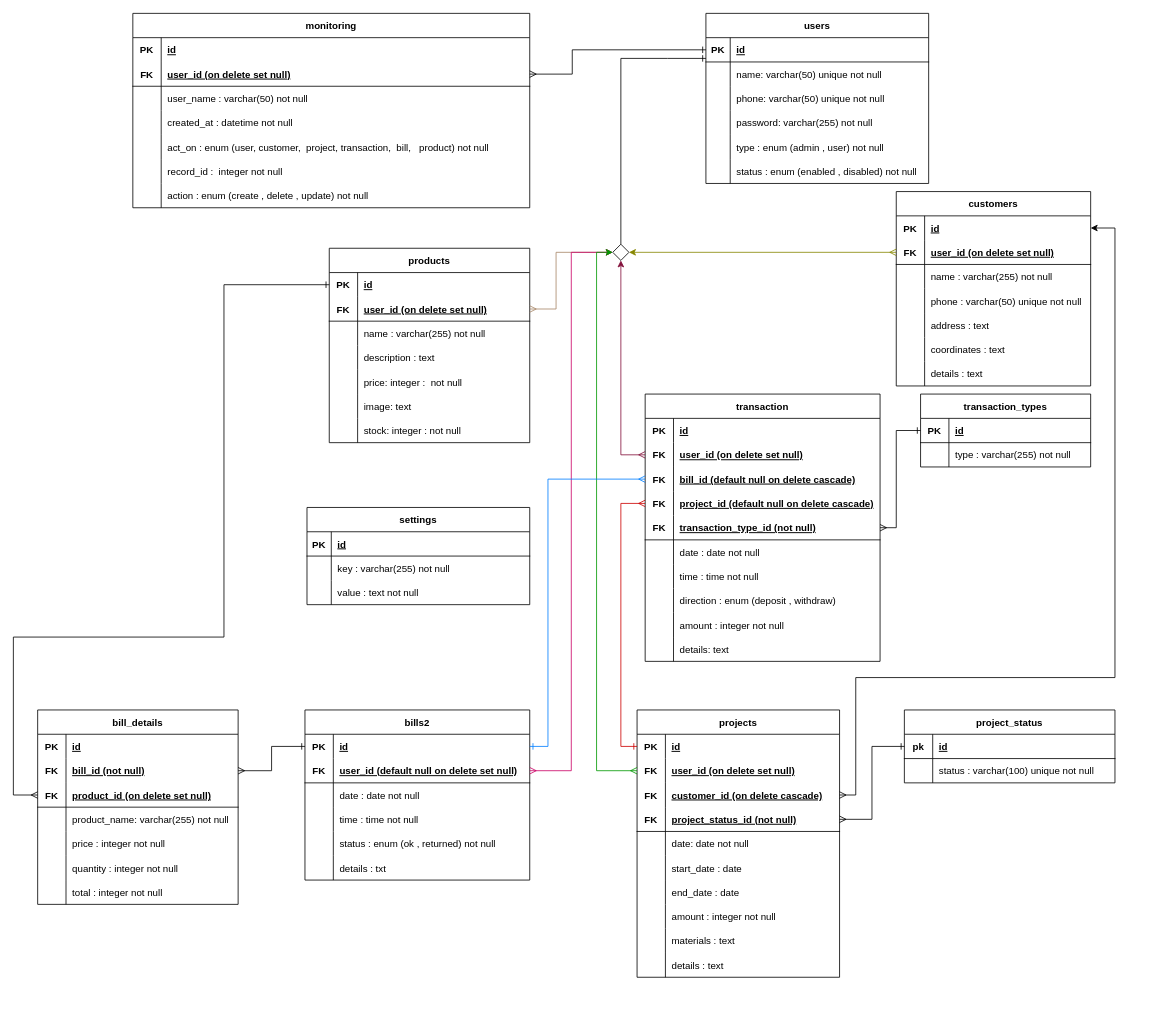
Above: page "Schema" (2 of 2) of Diagrams/drawio/ModernHouse.drawio in khaledfathi/ModernHouse (draw.io), before the change. Source tidied: cells renumbered, new cells numbered last; positions are measured from the earlier drawing's top-left corner, leaving out a move shared by most shapes. Both pictures are drawn from the tidied source at 81%, with x=0, y=0 at pixel (13, 13).
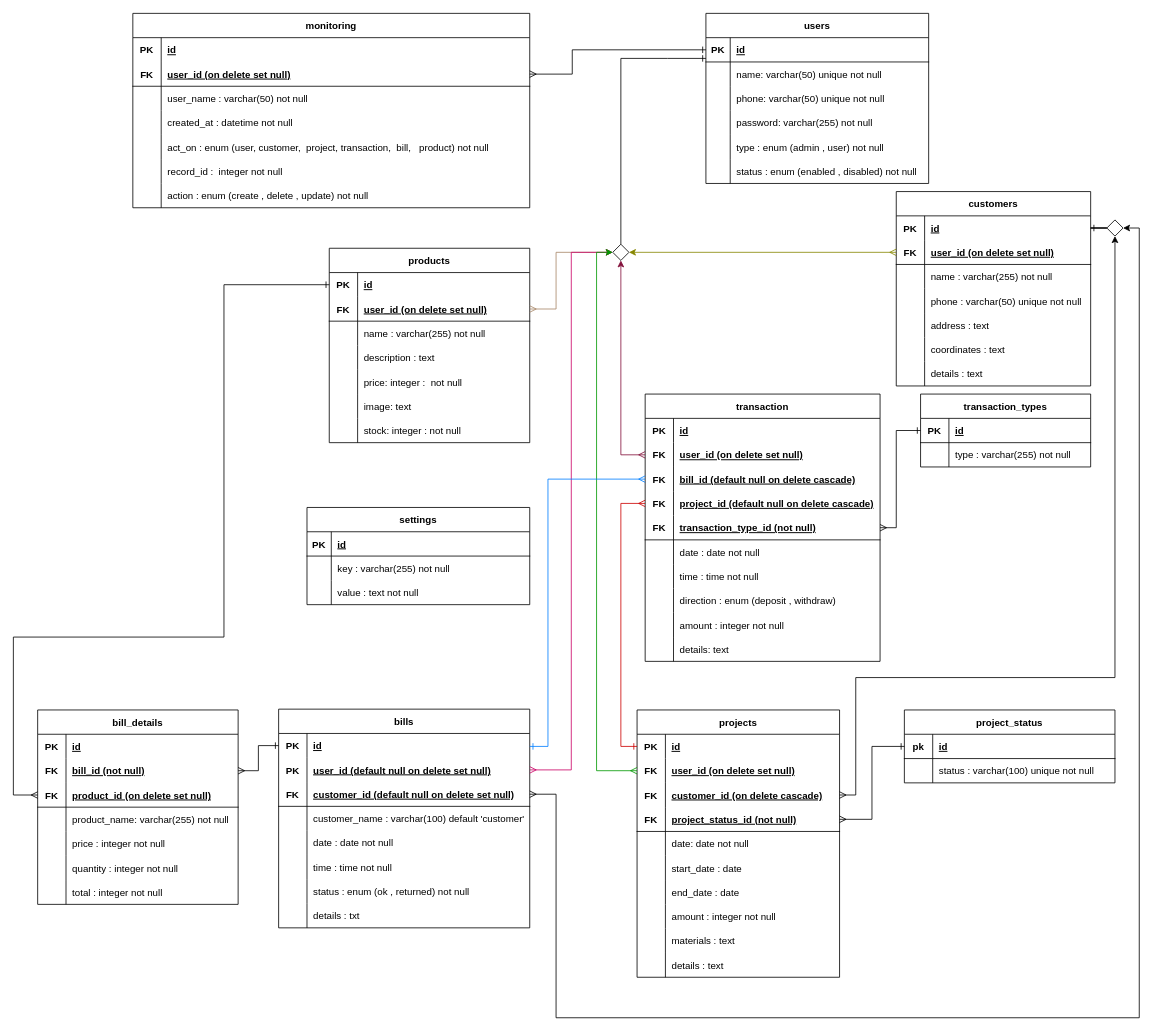
The same page after the edit.

The change refers to these unchanged cells:
```xml
<mxCell id="120" style="shape=tableRow;horizontal=0;startSize=0;swimlaneHead=0;swimlaneBody=0;fillColor=none;points=[[0,0.5],[1,0.5]];portConstraint=eastwest;top=0;left=0;right=0;bottom=0;" parent="113" vertex="1">
  <mxGeometry y="90" width="250" height="30" as="geometry" />
</mxCell>
<mxCell id="152" style="shape=tableRow;horizontal=0;startSize=0;swimlaneHead=0;swimlaneBody=0;fillColor=none;points=[[0,0.5],[1,0.5]];portConstraint=eastwest;top=0;left=0;right=0;bottom=0;" parent="151" vertex="1">
  <mxGeometry y="30" width="240" height="30" as="geometry" />
</mxCell>
<mxCell id="215" style="rhombus;whiteSpace=wrap;html=1;" parent="1" vertex="1">
  <mxGeometry x="740" y="285" width="20" height="20" as="geometry" />
</mxCell>
```

What changed in the source:
```diff
@@
-    <mxCell id="40" value="bills2" style="shape=table;startSize=30;childLayout=tableLayout;rowLines=0;fontStyle=1;align=center;" parent="1" vertex="1">
-      <mxGeometry x="360" y="860" width="277.5" height="210" as="geometry" />
+    <mxCell id="40" value="bills" style="shape=table;startSize=30;childLayout=tableLayout;rowLines=0;fontStyle=1;align=center;" parent="1" vertex="1">
+      <mxGeometry x="327.5" y="859" width="310" height="270" as="geometry" />
     </mxCell>
     <mxCell id="41" style="shape=tableRow;horizontal=0;startSize=0;swimlaneHead=0;swimlaneBody=0;fillColor=none;points=[[0,0.5],[1,0.5]];portConstraint=eastwest;top=0;left=0;right=0;bottom=0;" parent="40" vertex="1">
-      <mxGeometry y="30" width="277.5" height="30" as="geometry" />
+      <mxGeometry y="30" width="310" height="30" as="geometry" />
     </mxCell>
@@
     <mxCell id="43" value="id" style="shape=partialRectangle;fillColor=none;top=0;left=0;bottom=0;right=0;align=left;spacingLeft=6;fontStyle=5;overflow=hidden;" parent="41" vertex="1">
-      <mxGeometry x="35" width="242.5" height="30" as="geometry" />
+      <mxGeometry x="35" width="275" height="30" as="geometry" />
     </mxCell>
+    <mxCell id="229" style="shape=tableRow;horizontal=0;startSize=0;swimlaneHead=0;swimlaneBody=0;fillColor=none;points=[[0,0.5],[1,0.5]];portConstraint=eastwest;top=0;left=0;right=0;bottom=0;" parent="40" vertex="1">
+      <mxGeometry y="60" width="310" height="30" as="geometry" />
+    </mxCell>
+    <mxCell id="230" value="PK" style="shape=partialRectangle;fillColor=none;top=0;left=0;bottom=0;right=0;fontStyle=1;overflow=hidden;" parent="229" vertex="1">
+      <mxGeometry width="35" height="30" as="geometry" />
+    </mxCell>
+    <mxCell id="231" value="user_id (default null on delete set null)" style="shape=partialRectangle;fillColor=none;top=0;left=0;bottom=0;right=0;align=left;spacingLeft=6;fontStyle=5;overflow=hidden;" parent="229" vertex="1">
+      <mxGeometry x="35" width="275" height="30" as="geometry" />
+    </mxCell>
     <mxCell id="44" style="shape=tableRow;horizontal=0;startSize=0;swimlaneHead=0;swimlaneBody=0;fillColor=none;points=[[0,0.5],[1,0.5]];portConstraint=eastwest;top=0;left=0;right=0;bottom=1;" parent="40" vertex="1">
-      <mxGeometry y="60" width="277.5" height="30" as="geometry" />
+      <mxGeometry y="90" width="310" height="30" as="geometry" />
     </mxCell>
@@
-    <mxCell id="46" value="user_id (default null on delete set null)" style="shape=partialRectangle;fillColor=none;top=0;left=0;bottom=0;right=0;align=left;spacingLeft=6;fontStyle=5;overflow=hidden;" parent="44" vertex="1">
-      <mxGeometry x="35" width="242.5" height="30" as="geometry" />
+    <mxCell id="46" value="customer_id (default null on delete set null)" style="shape=partialRectangle;fillColor=none;top=0;left=0;bottom=0;right=0;align=left;spacingLeft=6;fontStyle=5;overflow=hidden;" parent="44" vertex="1">
+      <mxGeometry x="35" width="275" height="30" as="geometry" />
     </mxCell>
     <mxCell id="47" style="shape=tableRow;horizontal=0;startSize=0;swimlaneHead=0;swimlaneBody=0;fillColor=none;top=0;left=0;right=0;bottom=0;" parent="40" vertex="1">
-      <mxGeometry y="90" width="277.5" height="30" as="geometry" />
+      <mxGeometry y="120" width="310" height="30" as="geometry" />
     </mxCell>
@@
-    <mxCell id="49" value="date : date not null" style="shape=partialRectangle;fillColor=none;top=0;left=0;bottom=0;right=0;align=left;spacingLeft=6;overflow=hidden;" parent="47" vertex="1">
-      <mxGeometry x="35" width="242.5" height="30" as="geometry" />
+    <mxCell id="49" value="customer_name : varchar(100) default 'customer'" style="shape=partialRectangle;fillColor=none;top=0;left=0;bottom=0;right=0;align=left;spacingLeft=6;overflow=hidden;" parent="47" vertex="1">
+      <mxGeometry x="35" width="275" height="30" as="geometry" />
     </mxCell>
+    <mxCell id="232" style="shape=tableRow;horizontal=0;startSize=0;swimlaneHead=0;swimlaneBody=0;fillColor=none;top=0;left=0;right=0;bottom=0;" parent="40" vertex="1">
+      <mxGeometry y="150" width="310" height="30" as="geometry" />
+    </mxCell>
+    <mxCell id="233" style="shape=partialRectangle;fillColor=none;top=0;left=0;bottom=0;right=0;overflow=hidden;" parent="232" vertex="1">
+      <mxGeometry width="35" height="30" as="geometry" />
+    </mxCell>
+    <mxCell id="234" value="date : date not null" style="shape=partialRectangle;fillColor=none;top=0;left=0;bottom=0;right=0;align=left;spacingLeft=6;overflow=hidden;" parent="232" vertex="1">
+      <mxGeometry x="35" width="275" height="30" as="geometry" />
+    </mxCell>
     <mxCell id="50" style="shape=tableRow;horizontal=0;startSize=0;swimlaneHead=0;swimlaneBody=0;fillColor=none;top=0;left=0;right=0;bottom=0;" parent="40" vertex="1">
-      <mxGeometry y="120" width="277.5" height="30" as="geometry" />
+      <mxGeometry y="180" width="310" height="30" as="geometry" />
     </mxCell>
@@
     <mxCell id="52" value="time : time not null" style="shape=partialRectangle;fillColor=none;top=0;left=0;bottom=0;right=0;align=left;spacingLeft=6;overflow=hidden;" parent="50" vertex="1">
-      <mxGeometry x="35" width="242.5" height="30" as="geometry" />
+      <mxGeometry x="35" width="275" height="30" as="geometry" />
     </mxCell>
     <mxCell id="53" style="shape=tableRow;horizontal=0;startSize=0;swimlaneHead=0;swimlaneBody=0;fillColor=none;top=0;left=0;right=0;bottom=0;" parent="40" vertex="1">
-      <mxGeometry y="150" width="277.5" height="30" as="geometry" />
+      <mxGeometry y="210" width="310" height="30" as="geometry" />
     </mxCell>
@@
     <mxCell id="55" value="status : enum (ok , returned) not null" style="shape=partialRectangle;fillColor=none;top=0;left=0;bottom=0;right=0;align=left;spacingLeft=6;overflow=hidden;" parent="53" vertex="1">
-      <mxGeometry x="35" width="242.5" height="30" as="geometry" />
+      <mxGeometry x="35" width="275" height="30" as="geometry" />
     </mxCell>
     <mxCell id="56" style="shape=tableRow;horizontal=0;startSize=0;swimlaneHead=0;swimlaneBody=0;fillColor=none;top=0;left=0;right=0;bottom=0;" parent="40" vertex="1">
-      <mxGeometry y="180" width="277.5" height="30" as="geometry" />
+      <mxGeometry y="240" width="310" height="30" as="geometry" />
     </mxCell>
@@
     <mxCell id="58" value="details : txt" style="shape=partialRectangle;fillColor=none;top=0;left=0;bottom=0;right=0;align=left;spacingLeft=6;overflow=hidden;" parent="56" vertex="1">
-      <mxGeometry x="35" width="242.5" height="30" as="geometry" />
+      <mxGeometry x="35" width="275" height="30" as="geometry" />
     </mxCell>
@@
-    <mxCell id="219" style="edgeStyle=orthogonalEdgeStyle;rounded=0;jettySize=auto;html=1;startArrow=ERmany;startFill=0;endArrow=classic;endFill=1;entryX=0;entryY=0.5;entryDx=0;entryDy=0;exitX=1;exitY=0.5;exitDx=0;exitDy=0;strokeColor=#CC0066;" parent="1" edge="1" source="44" target="215">
+    <mxCell id="219" style="edgeStyle=orthogonalEdgeStyle;rounded=0;jettySize=auto;html=1;startArrow=ERmany;startFill=0;endArrow=classic;endFill=1;entryX=0;entryY=0.5;entryDx=0;entryDy=0;strokeColor=#CC0066;" parent="1" edge="1" source="229" target="215">
       <mxGeometry relative="1" as="geometry" />
     </mxCell>
@@
-    <mxCell id="227" style="edgeStyle=orthogonalEdgeStyle;rounded=0;jettySize=auto;html=1;strokeColor=#000000;startArrow=ERmany;startFill=0;endArrow=classic;endFill=1;entryX=1;entryY=0.5;entryDx=0;entryDy=0;" parent="1" edge="1" source="120" target="152">
+    <mxCell id="227" style="edgeStyle=orthogonalEdgeStyle;rounded=0;jettySize=auto;html=1;strokeColor=#000000;startArrow=ERmany;startFill=0;endArrow=classic;endFill=1;entryX=0.5;entryY=1;entryDx=0;entryDy=0;" parent="1" edge="1" source="120" target="236">
       <mxGeometry relative="1" as="geometry">
         <Array as="points">
           <mxPoint x="1040" y="965" />
           <mxPoint x="1040" y="820" />
           <mxPoint x="1360" y="820" />
-          <mxPoint x="1360" y="265" />
         </Array>
       </mxGeometry>
     </mxCell>
@@
+    <mxCell id="235" style="edgeStyle=orthogonalEdgeStyle;rounded=0;jettySize=auto;html=1;entryX=1;entryY=0.5;entryDx=0;entryDy=0;startArrow=none;startFill=0;endArrow=ERone;endFill=0;" parent="1" edge="1" source="236" target="152">
+      <mxGeometry relative="1" as="geometry" />
+    </mxCell>
+    <mxCell id="236" style="rhombus;whiteSpace=wrap;html=1;" parent="1" vertex="1">
+      <mxGeometry x="1350" y="255" width="20" height="20" as="geometry" />
+    </mxCell>
+    <mxCell id="237" style="edgeStyle=orthogonalEdgeStyle;rounded=0;jettySize=auto;html=1;entryX=1;entryY=0.5;entryDx=0;entryDy=0;endArrow=classic;endFill=1;exitX=1;exitY=0.5;exitDx=0;exitDy=0;startArrow=ERmany;startFill=0;" parent="1" edge="1" source="44" target="236">
+      <mxGeometry relative="1" as="geometry">
+        <Array as="points">
+          <mxPoint x="670" y="1240" />
+          <mxPoint x="1390" y="1240" />
+          <mxPoint x="1390" y="265" />
+        </Array>
+      </mxGeometry>
+    </mxCell>
```
